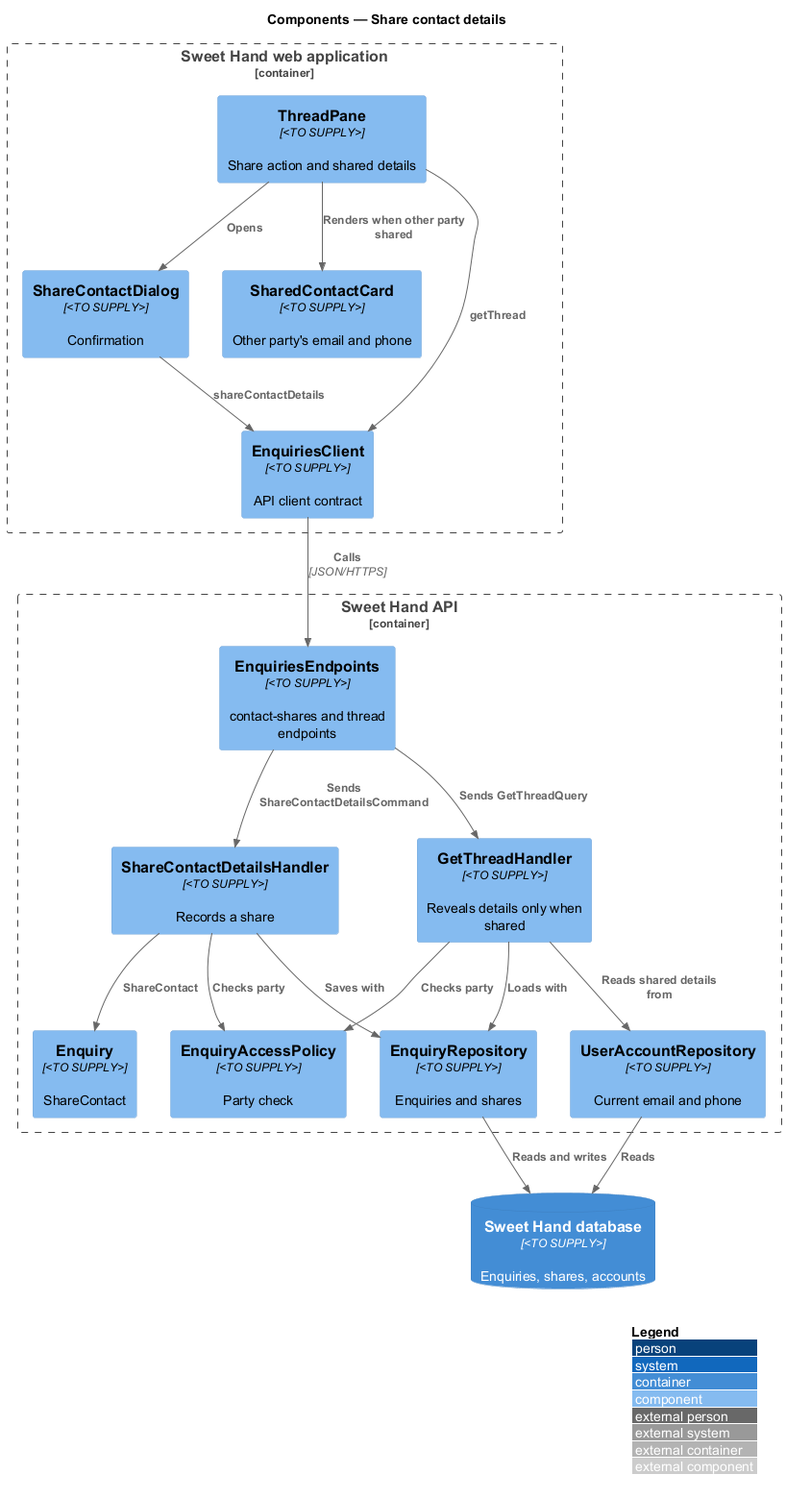
QuinntyneBrown/sweet-hand keeps this PlantUML diagram as docs/detailed-designs/enquiries/share-contact-details/diagrams/c4-component.png. Above is the earlier version.
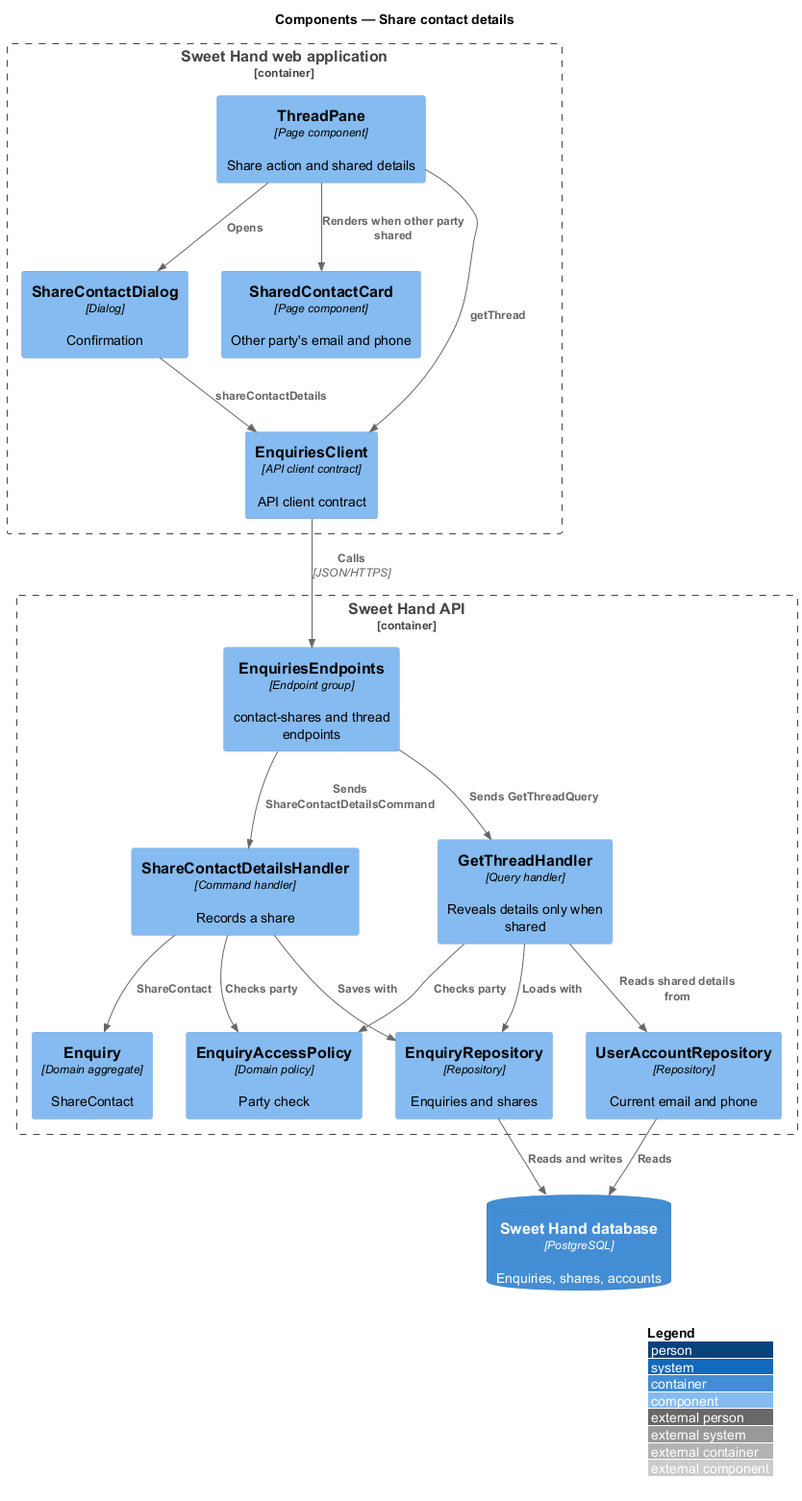
The same file after the commit.

What changed in the source:
```diff
@@ -4,21 +4,21 @@
 title Components — Share contact details
 
 Container_Boundary(web, "Sweet Hand web application") {
-  Component(pane, "ThreadPane", "<TO SUPPLY>", "Share action and shared details")
-  Component(dialog, "ShareContactDialog", "<TO SUPPLY>", "Confirmation")
-  Component(card, "SharedContactCard", "<TO SUPPLY>", "Other party's email and phone")
-  Component(client, "EnquiriesClient", "<TO SUPPLY>", "API client contract")
+  Component(pane, "ThreadPane", "Page component", "Share action and shared details")
+  Component(dialog, "ShareContactDialog", "Dialog", "Confirmation")
+  Component(card, "SharedContactCard", "Page component", "Other party's email and phone")
+  Component(client, "EnquiriesClient", "API client contract", "API client contract")
 }
 Container_Boundary(api, "Sweet Hand API") {
-  Component(ep, "EnquiriesEndpoints", "<TO SUPPLY>", "contact-shares and thread endpoints")
-  Component(policy, "EnquiryAccessPolicy", "<TO SUPPLY>", "Party check")
-  Component(share, "ShareContactDetailsHandler", "<TO SUPPLY>", "Records a share")
-  Component(get, "GetThreadHandler", "<TO SUPPLY>", "Reveals details only when shared")
-  Component(agg, "Enquiry", "<TO SUPPLY>", "ShareContact")
-  Component(repo, "EnquiryRepository", "<TO SUPPLY>", "Enquiries and shares")
-  Component(accounts, "UserAccountRepository", "<TO SUPPLY>", "Current email and phone")
+  Component(ep, "EnquiriesEndpoints", "Endpoint group", "contact-shares and thread endpoints")
+  Component(policy, "EnquiryAccessPolicy", "Domain policy", "Party check")
+  Component(share, "ShareContactDetailsHandler", "Command handler", "Records a share")
+  Component(get, "GetThreadHandler", "Query handler", "Reveals details only when shared")
+  Component(agg, "Enquiry", "Domain aggregate", "ShareContact")
+  Component(repo, "EnquiryRepository", "Repository", "Enquiries and shares")
+  Component(accounts, "UserAccountRepository", "Repository", "Current email and phone")
 }
-ContainerDb(db, "Sweet Hand database", "<TO SUPPLY>", "Enquiries, shares, accounts")
+ContainerDb(db, "Sweet Hand database", "PostgreSQL", "Enquiries, shares, accounts")
 
 Rel(pane, dialog, "Opens")
 Rel(pane, card, "Renders when other party shared")
```
